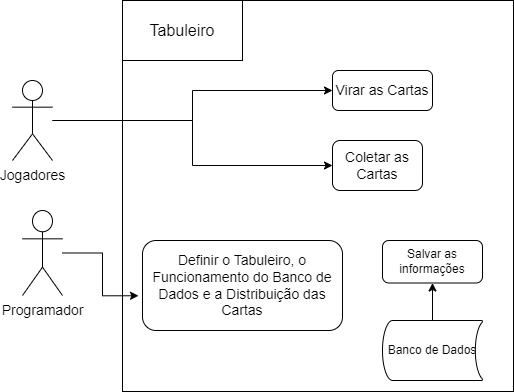
FelipeRibeirooo/Entrega-03-OO-UML keeps this draw.io diagram as Diagrama de Caso de Uso.drawio.png. Above is the earlier version. Source tidied: cells renumbered, new cells last; positions are measured from the earlier drawing's top-left corner, leaving out a move shared by most shapes.
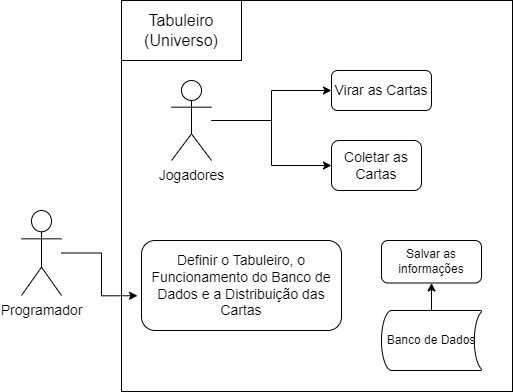
The same diagram one commit later.

Change to the diagram source:
```diff
@@ -21,7 +21,7 @@
       <mxGeometry relative="1" as="geometry" />
     </mxCell>
     <mxCell id="7" value="&lt;div&gt;&lt;font style=&quot;font-size: 14px;&quot;&gt;Jogadores&lt;/font&gt;&lt;/div&gt;" style="shape=umlActor;verticalLabelPosition=bottom;verticalAlign=top;html=1;outlineConnect=0;" parent="1" vertex="1">
-      <mxGeometry y="80" width="40" height="80" as="geometry" />
+      <mxGeometry x="160" y="80" width="40" height="80" as="geometry" />
     </mxCell>
     <mxCell id="8" value="&lt;font style=&quot;font-size: 14px;&quot;&gt;Definir o Tabuleiro, o Funcionamento do Banco de Dados e a Distribuição das Cartas&lt;/font&gt;" style="text;html=1;strokeColor=default;fillColor=none;align=center;verticalAlign=middle;whiteSpace=wrap;rounded=1;" parent="1" vertex="1">
       <mxGeometry x="130" y="240" width="200" height="90" as="geometry" />
@@ -32,7 +32,7 @@
     <mxCell id="10" value="&lt;font style=&quot;font-size: 14px;&quot;&gt;Coletar as Cartas&lt;/font&gt;" style="text;html=1;strokeColor=default;fillColor=none;align=center;verticalAlign=middle;whiteSpace=wrap;rounded=1;" parent="1" vertex="1">
       <mxGeometry x="320" y="140" width="90" height="50" as="geometry" />
     </mxCell>
-    <mxCell id="11" value="&lt;font size=&quot;3&quot;&gt;Tabuleiro&lt;/font&gt;" style="rounded=0;whiteSpace=wrap;html=1;" parent="1" vertex="1">
+    <mxCell id="11" value="&lt;font size=&quot;3&quot;&gt;Tabuleiro (Universo)&lt;/font&gt;" style="rounded=0;whiteSpace=wrap;html=1;" parent="1" vertex="1">
       <mxGeometry x="110" width="120" height="60" as="geometry" />
     </mxCell>
     <mxCell id="12" style="edgeStyle=orthogonalEdgeStyle;rounded=0;jettySize=auto;html=1;entryX=-0.02;entryY=0.614;entryDx=0;entryDy=0;entryPerimeter=0;" parent="1" edge="1" source="2" target="8">
@@ -42,7 +42,7 @@
       <mxGeometry relative="1" as="geometry" />
     </mxCell>
     <mxCell id="14" value="Banco de Dados" style="strokeWidth=1;html=1;shape=mxgraph.flowchart.stored_data;whiteSpace=wrap;fillColor=default;" parent="1" vertex="1">
-      <mxGeometry x="370" y="320" width="100" height="60" as="geometry" />
+      <mxGeometry x="370" y="310" width="100" height="60" as="geometry" />
     </mxCell>
     <mxCell id="15" value="Salvar as informações" style="rounded=1;whiteSpace=wrap;html=1;" parent="1" vertex="1">
       <mxGeometry x="370" y="240" width="100" height="42.5" as="geometry" />
```
